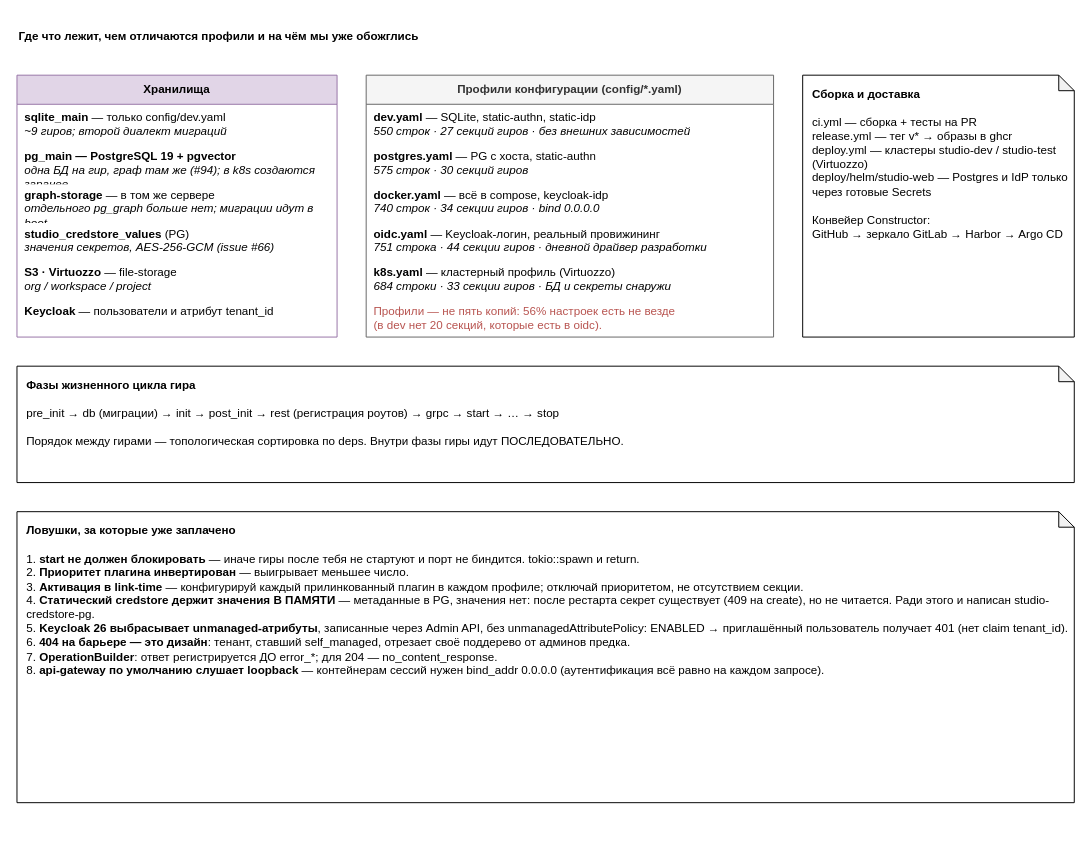
The draw.io diagram page "3 · Данные, профили, ловушки" (3 of 4) of studio-backend/docs/architecture/studio-web-architecture.drawio in AndrejK666/studio-web, before the edit. Source tidied: cells renumbered, new cells numbered last; positions are measured from the earlier drawing's top-left corner, leaving out a move shared by most shapes. Both pictures are drawn from the tidied source at 97%, with x=0, y=0 at pixel (16, 16).
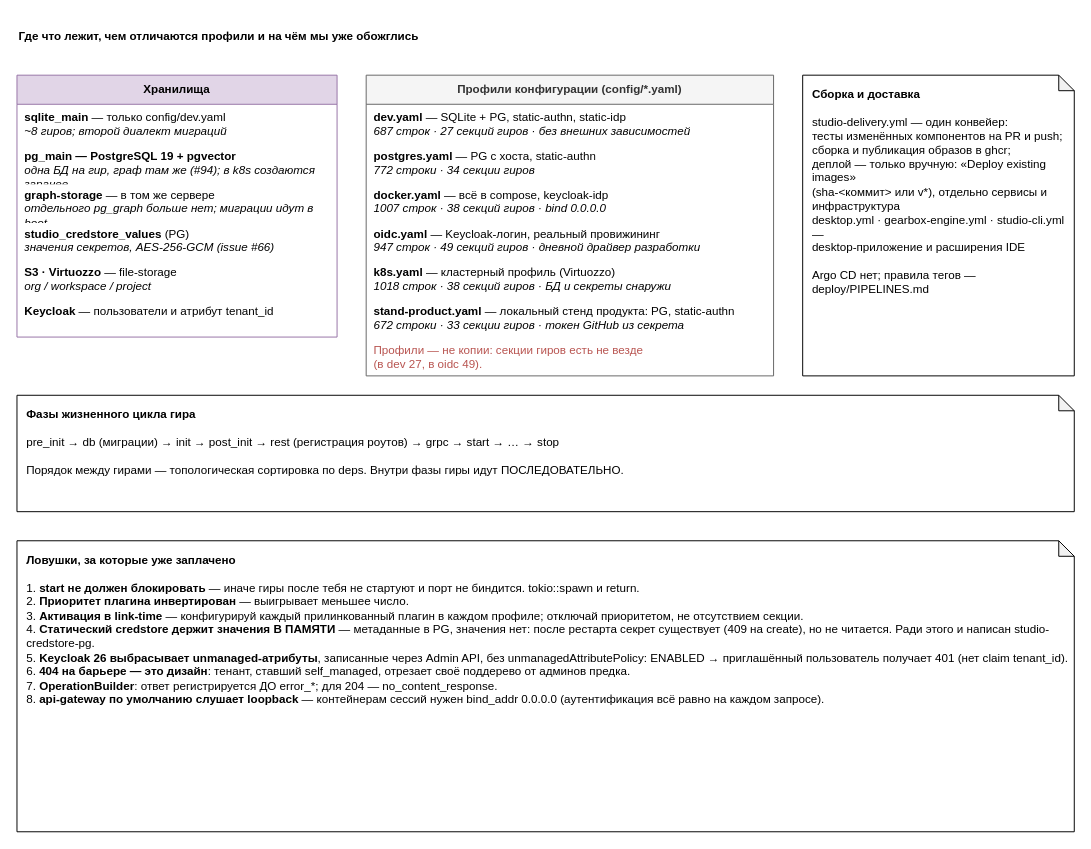
After the change.

Unchanged cells that the change refers to:
```xml
<mxCell id="3" value="Хранилища" style="swimlane;whiteSpace=wrap;html=1;horizontal=1;startSize=30;fillColor=#e1d5e7;strokeColor=#9673a6;" parent="1" vertex="1">
  <mxGeometry y="60" width="330" height="270" as="geometry" />
</mxCell>
```

The edit, as a diff of the source:
```diff
@@
-    <mxCell id="4" value="&lt;b&gt;sqlite_main&lt;/b&gt; — только config/dev.yaml&lt;br&gt;&lt;i&gt;~9 гиров; второй диалект миграций&lt;/i&gt;" style="text;html=1;strokeColor=none;fillColor=none;align=left;spacingLeft=6;overflow=hidden;whiteSpace=wrap;" parent="3" vertex="1">
+    <mxCell id="4" value="&lt;b&gt;sqlite_main&lt;/b&gt; — только config/dev.yaml&lt;br&gt;&lt;i&gt;~8 гиров; второй диалект миграций&lt;/i&gt;" style="text;html=1;strokeColor=none;fillColor=none;align=left;spacingLeft=6;overflow=hidden;whiteSpace=wrap;" parent="3" vertex="1">
       <mxGeometry y="30" width="330" height="40" as="geometry" />
     </mxCell>
@@
     <mxCell id="10" value="Профили конфигурации (config/*.yaml)" style="swimlane;whiteSpace=wrap;html=1;horizontal=1;startSize=30;fillColor=#f5f5f5;strokeColor=#666666;fontColor=#333333;" parent="1" vertex="1">
-      <mxGeometry x="360" y="60" width="420" height="270" as="geometry" />
+      <mxGeometry x="360" y="60" width="420" height="310" as="geometry" />
     </mxCell>
-    <mxCell id="11" value="&lt;b&gt;dev.yaml&lt;/b&gt; — SQLite, static-authn, static-idp&lt;br&gt;&lt;i&gt;550 строк · 27 секций гиров · без внешних зависимостей&lt;/i&gt;" style="text;html=1;strokeColor=none;fillColor=none;align=left;spacingLeft=6;overflow=hidden;whiteSpace=wrap;" parent="10" vertex="1">
+    <mxCell id="11" value="&lt;b&gt;dev.yaml&lt;/b&gt; — SQLite + PG, static-authn, static-idp&lt;br&gt;&lt;i&gt;687 строк · 27 секций гиров · без внешних зависимостей&lt;/i&gt;" style="text;html=1;strokeColor=none;fillColor=none;align=left;spacingLeft=6;overflow=hidden;whiteSpace=wrap;" parent="10" vertex="1">
       <mxGeometry y="30" width="420" height="40" as="geometry" />
     </mxCell>
-    <mxCell id="12" value="&lt;b&gt;postgres.yaml&lt;/b&gt; — PG с хоста, static-authn&lt;br&gt;&lt;i&gt;575 строк · 30 секций гиров&lt;/i&gt;" style="text;html=1;strokeColor=none;fillColor=none;align=left;spacingLeft=6;overflow=hidden;whiteSpace=wrap;" parent="10" vertex="1">
+    <mxCell id="12" value="&lt;b&gt;postgres.yaml&lt;/b&gt; — PG с хоста, static-authn&lt;br&gt;&lt;i&gt;772 строки · 34 секции гиров&lt;/i&gt;" style="text;html=1;strokeColor=none;fillColor=none;align=left;spacingLeft=6;overflow=hidden;whiteSpace=wrap;" parent="10" vertex="1">
       <mxGeometry y="70" width="420" height="40" as="geometry" />
     </mxCell>
-    <mxCell id="13" value="&lt;b&gt;docker.yaml&lt;/b&gt; — всё в compose, keycloak-idp&lt;br&gt;&lt;i&gt;740 строк · 34 секции гиров · bind 0.0.0.0&lt;/i&gt;" style="text;html=1;strokeColor=none;fillColor=none;align=left;spacingLeft=6;overflow=hidden;whiteSpace=wrap;" parent="10" vertex="1">
+    <mxCell id="13" value="&lt;b&gt;docker.yaml&lt;/b&gt; — всё в compose, keycloak-idp&lt;br&gt;&lt;i&gt;1007 строк · 38 секций гиров · bind 0.0.0.0&lt;/i&gt;" style="text;html=1;strokeColor=none;fillColor=none;align=left;spacingLeft=6;overflow=hidden;whiteSpace=wrap;" parent="10" vertex="1">
       <mxGeometry y="110" width="420" height="40" as="geometry" />
     </mxCell>
-    <mxCell id="14" value="&lt;b&gt;oidc.yaml&lt;/b&gt; — Keycloak-логин, реальный провижининг&lt;br&gt;&lt;i&gt;751 строка · 44 секции гиров · дневной драйвер разработки&lt;/i&gt;" style="text;html=1;strokeColor=none;fillColor=none;align=left;spacingLeft=6;overflow=hidden;whiteSpace=wrap;" parent="10" vertex="1">
+    <mxCell id="14" value="&lt;b&gt;oidc.yaml&lt;/b&gt; — Keycloak-логин, реальный провижининг&lt;br&gt;&lt;i&gt;947 строк · 49 секций гиров · дневной драйвер разработки&lt;/i&gt;" style="text;html=1;strokeColor=none;fillColor=none;align=left;spacingLeft=6;overflow=hidden;whiteSpace=wrap;" parent="10" vertex="1">
       <mxGeometry y="150" width="420" height="40" as="geometry" />
     </mxCell>
-    <mxCell id="15" value="&lt;b&gt;k8s.yaml&lt;/b&gt; — кластерный профиль (Virtuozzo)&lt;br&gt;&lt;i&gt;684 строки · 33 секции гиров · БД и секреты снаружи&lt;/i&gt;" style="text;html=1;strokeColor=none;fillColor=none;align=left;spacingLeft=6;overflow=hidden;whiteSpace=wrap;" parent="10" vertex="1">
+    <mxCell id="15" value="&lt;b&gt;k8s.yaml&lt;/b&gt; — кластерный профиль (Virtuozzo)&lt;br&gt;&lt;i&gt;1018 строк · 38 секций гиров · БД и секреты снаружи&lt;/i&gt;" style="text;html=1;strokeColor=none;fillColor=none;align=left;spacingLeft=6;overflow=hidden;whiteSpace=wrap;" parent="10" vertex="1">
       <mxGeometry y="190" width="420" height="40" as="geometry" />
     </mxCell>
+    <mxCell id="20" value="&lt;b&gt;stand-product.yaml&lt;/b&gt; — локальный стенд продукта: PG, static-authn&lt;br&gt;&lt;i&gt;672 строки · 33 секции гиров · токен GitHub из секрета&lt;/i&gt;" style="text;html=1;strokeColor=none;fillColor=none;align=left;spacingLeft=6;overflow=hidden;whiteSpace=wrap;" parent="10" vertex="1">
+      <mxGeometry y="230" width="420" height="40" as="geometry" />
+    </mxCell>
-    <mxCell id="16" value="&lt;font color=&quot;#B85450&quot;&gt;Профили — не пять копий: 56% настроек есть не везде&lt;br&gt;(в dev нет 20 секций, которые есть в oidc).&lt;/font&gt;" style="text;html=1;strokeColor=none;fillColor=none;align=left;spacingLeft=6;overflow=hidden;whiteSpace=wrap;" parent="10" vertex="1">
-      <mxGeometry y="230" width="420" height="40" as="geometry" />
+    <mxCell id="16" value="&lt;font color=&quot;#B85450&quot;&gt;Профили — не копии: секции гиров есть не везде&lt;br&gt;(в dev 27, в oidc 49).&lt;/font&gt;" style="text;html=1;strokeColor=none;fillColor=none;align=left;spacingLeft=6;overflow=hidden;whiteSpace=wrap;" parent="10" vertex="1">
+      <mxGeometry y="270" width="420" height="40" as="geometry" />
     </mxCell>
-    <mxCell id="17" value="&lt;b&gt;Сборка и доставка&lt;/b&gt;&lt;br&gt;&lt;br&gt;ci.yml — сборка + тесты на PR&lt;br&gt;release.yml — тег v* → образы в ghcr&lt;br&gt;deploy.yml — кластеры studio-dev / studio-test (Virtuozzo)&lt;br&gt;deploy/helm/studio-web — Postgres и IdP только через готовые Secrets&lt;br&gt;&lt;br&gt;Конвейер Constructor:&lt;br&gt;GitHub → зеркало GitLab → Harbor → Argo CD" style="shape=note;whiteSpace=wrap;html=1;backgroundOutline=1;darkOpacity=0.05;fillColor=#ffffff;align=left;spacingLeft=8;size=16;verticalAlign=top;spacingTop=6;" parent="1" vertex="1">
-      <mxGeometry x="810" y="60" width="280" height="270" as="geometry" />
+    <mxCell id="17" value="&lt;b&gt;Сборка и доставка&lt;/b&gt;&lt;br&gt;&lt;br&gt;studio-delivery.yml — один конвейер:&lt;br&gt;тесты изменённых компонентов на PR и push;&lt;br&gt;сборка и публикация образов в ghcr;&lt;br&gt;деплой — только вручную: «Deploy existing images»&lt;br&gt;(sha-&amp;lt;коммит&amp;gt; или v*), отдельно сервисы и инфраструктура&lt;br&gt;desktop.yml · gearbox-engine.yml · studio-cli.yml —&lt;br&gt;desktop-приложение и расширения IDE&lt;br&gt;&lt;br&gt;Argo CD нет; правила тегов — deploy/PIPELINES.md" style="shape=note;whiteSpace=wrap;html=1;backgroundOutline=1;darkOpacity=0.05;fillColor=#ffffff;align=left;spacingLeft=8;size=16;verticalAlign=top;spacingTop=6;" parent="1" vertex="1">
+      <mxGeometry x="810" y="60" width="280" height="310" as="geometry" />
     </mxCell>
     <mxCell id="18" value="&lt;b&gt;Фазы жизненного цикла гира&lt;/b&gt;&lt;br&gt;&lt;br&gt;pre_init → db (миграции) → init → post_init → rest (регистрация роутов) → grpc → start → … → stop&lt;br&gt;&lt;br&gt;Порядок между гирами — топологическая сортировка по deps. Внутри фазы гиры идут ПОСЛЕДОВАТЕЛЬНО." style="shape=note;whiteSpace=wrap;html=1;backgroundOutline=1;darkOpacity=0.05;fillColor=#ffffff;align=left;spacingLeft=8;size=16;verticalAlign=top;spacingTop=6;" parent="1" vertex="1">
-      <mxGeometry y="360" width="1090" height="120" as="geometry" />
+      <mxGeometry y="390" width="1090" height="120" as="geometry" />
     </mxCell>
     <mxCell id="19" value="&lt;b&gt;Ловушки, за которые уже заплачено&lt;/b&gt;&lt;br&gt;&lt;br&gt;1. &lt;b&gt;start не должен блокировать&lt;/b&gt; — иначе гиры после тебя не стартуют и порт не биндится. tokio::spawn и return.&lt;br&gt;2. &lt;b&gt;Приоритет плагина инвертирован&lt;/b&gt; — выигрывает меньшее число.&lt;br&gt;3. &lt;b&gt;Активация в link-time&lt;/b&gt; — конфигурируй каждый прилинкованный плагин в каждом профиле; отключай приоритетом, не отсутствием секции.&lt;br&gt;4. &lt;b&gt;Статический credstore держит значения В ПАМЯТИ&lt;/b&gt; — метаданные в PG, значения нет: после рестарта секрет существует (409 на create), но не читается. Ради этого и написан studio-credstore-pg.&lt;br&gt;5. &lt;b&gt;Keycloak 26 выбрасывает unmanaged-атрибуты&lt;/b&gt;, записанные через Admin API, без unmanagedAttributePolicy: ENABLED → приглашённый пользователь получает 401 (нет claim tenant_id).&lt;br&gt;6. &lt;b&gt;404 на барьере — это дизайн&lt;/b&gt;: тенант, ставший self_managed, отрезает своё поддерево от админов предка.&lt;br&gt;7. &lt;b&gt;OperationBuilder&lt;/b&gt;: ответ регистрируется ДО error_*; для 204 — no_content_response.&lt;br&gt;8. &lt;b&gt;api-gateway по умолчанию слушает loopback&lt;/b&gt; — контейнерам сессий нужен bind_addr 0.0.0.0 (аутентификация всё равно на каждом запросе)." style="shape=note;whiteSpace=wrap;html=1;backgroundOutline=1;darkOpacity=0.05;fillColor=#ffffff;align=left;spacingLeft=8;size=16;verticalAlign=top;spacingTop=6;" parent="1" vertex="1">
-      <mxGeometry y="510" width="1090" height="300" as="geometry" />
+      <mxGeometry y="540" width="1090" height="300" as="geometry" />
     </mxCell>
```
